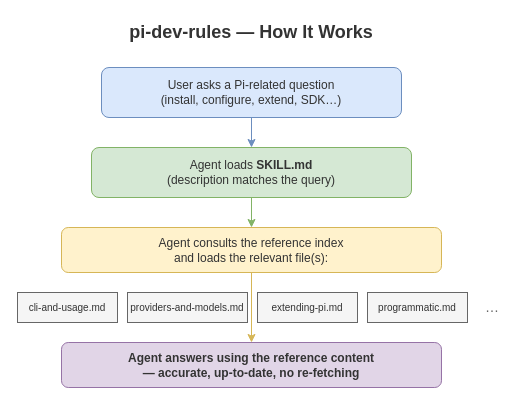
Above: plugins/pi-dev-rules/skills/pi-dev-rules/assets/workflow-en.drawio in Agents365-ai/365-skills (draw.io), before the change. Source tidied: cells renumbered, new cells numbered last; positions are measured from the earlier drawing's top-left corner, leaving out a move shared by most shapes. Both pictures are drawn from the tidied source at 100%, with x=0, y=0 at pixel (17, 17).
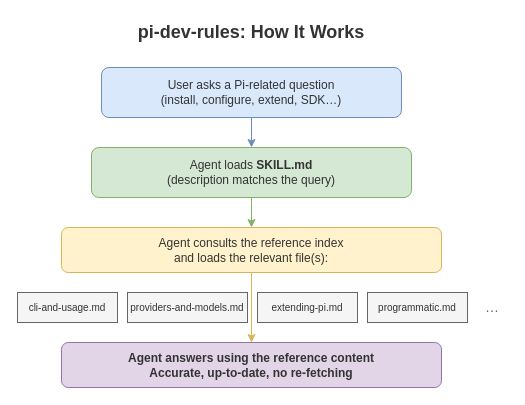
The same page after the edit.

What changed in the source:
```diff
@@
 <mxGraphModel>
   <root>
     <mxCell id="0" />
     <mxCell id="1" parent="0" />
-    <mxCell id="2" value="pi-dev-rules — How It Works" style="text;html=1;strokeColor=none;fillColor=none;align=center;verticalAlign=middle;whiteSpace=wrap;fontSize=18;fontStyle=1;fontColor=#333333;" parent="1" vertex="1">
+    <mxCell id="2" value="pi-dev-rules: How It Works" style="text;html=1;strokeColor=none;fillColor=none;align=center;verticalAlign=middle;whiteSpace=wrap;fontSize=18;fontStyle=1;fontColor=#333333;" parent="1" vertex="1">
       <mxGeometry x="34" width="400" height="30" as="geometry" />
     </mxCell>
     <mxCell id="3" value="User asks a Pi-related question&lt;br&gt;(install, configure, extend, SDK…)" style="rounded=1;whiteSpace=wrap;html=1;fillColor=#dae8fc;strokeColor=#6c8ebf;fontSize=12;fontColor=#333333;" parent="1" vertex="1">
       <mxGeometry x="84" y="50" width="300" height="50" as="geometry" />
     </mxCell>
     <mxCell id="4" style="edgeStyle=orthogonalEdgeStyle;rounded=0;jettySize=auto;html=1;strokeColor=#6c8ebf;" parent="1" edge="1" source="3" target="5">
       <mxGeometry relative="1" as="geometry" />
     </mxCell>
     <mxCell id="5" value="Agent loads &lt;b&gt;SKILL.md&lt;/b&gt;&lt;br&gt;(description matches the query)" style="rounded=1;whiteSpace=wrap;html=1;fillColor=#d5e8d4;strokeColor=#82b366;fontSize=12;fontColor=#333333;" parent="1" vertex="1">
       <mxGeometry x="74" y="130" width="320" height="50" as="geometry" />
     </mxCell>
     <mxCell id="6" style="edgeStyle=orthogonalEdgeStyle;rounded=0;jettySize=auto;html=1;strokeColor=#82b366;" parent="1" edge="1" source="5" target="7">
       <mxGeometry relative="1" as="geometry" />
     </mxCell>
     <mxCell id="7" value="Agent consults the reference index&lt;br&gt;and loads the relevant file(s):" style="rounded=1;whiteSpace=wrap;html=1;fillColor=#fff2cc;strokeColor=#d6b656;fontSize=12;fontColor=#333333;" parent="1" vertex="1">
       <mxGeometry x="44" y="210" width="380" height="45" as="geometry" />
     </mxCell>
     <mxCell id="8" value="cli-and-usage.md" style="rounded=0;whiteSpace=wrap;html=1;fillColor=#f5f5f5;strokeColor=#666666;fontSize=10;fontColor=#333333;" parent="1" vertex="1">
       <mxGeometry y="275" width="100" height="30" as="geometry" />
     </mxCell>
     <mxCell id="9" value="providers-and-models.md" style="rounded=0;whiteSpace=wrap;html=1;fillColor=#f5f5f5;strokeColor=#666666;fontSize=10;fontColor=#333333;" parent="1" vertex="1">
       <mxGeometry x="110" y="275" width="120" height="30" as="geometry" />
     </mxCell>
     <mxCell id="10" value="extending-pi.md" style="rounded=0;whiteSpace=wrap;html=1;fillColor=#f5f5f5;strokeColor=#666666;fontSize=10;fontColor=#333333;" parent="1" vertex="1">
       <mxGeometry x="240" y="275" width="100" height="30" as="geometry" />
     </mxCell>
     <mxCell id="11" value="programmatic.md" style="rounded=0;whiteSpace=wrap;html=1;fillColor=#f5f5f5;strokeColor=#666666;fontSize=10;fontColor=#333333;" parent="1" vertex="1">
       <mxGeometry x="350" y="275" width="100" height="30" as="geometry" />
     </mxCell>
     <mxCell id="12" value="…" style="text;html=1;strokeColor=none;fillColor=none;align=center;verticalAlign=middle;whiteSpace=wrap;fontSize=14;fontColor=#666666;" parent="1" vertex="1">
       <mxGeometry x="460" y="275" width="30" height="30" as="geometry" />
     </mxCell>
     <mxCell id="13" style="edgeStyle=orthogonalEdgeStyle;rounded=0;jettySize=auto;html=1;strokeColor=#d6b656;" parent="1" edge="1" source="7" target="14">
       <mxGeometry relative="1" as="geometry" />
     </mxCell>
-    <mxCell id="14" value="Agent answers using the reference content&lt;br&gt;— accurate, up-to-date, no re-fetching" style="rounded=1;whiteSpace=wrap;html=1;fillColor=#e1d5e7;strokeColor=#9673a6;fontSize=12;fontColor=#333333;fontStyle=1;" parent="1" vertex="1">
+    <mxCell id="14" value="Agent answers using the reference content&lt;br&gt;Accurate, up-to-date, no re-fetching" style="rounded=1;whiteSpace=wrap;html=1;fillColor=#e1d5e7;strokeColor=#9673a6;fontSize=12;fontColor=#333333;fontStyle=1;" parent="1" vertex="1">
       <mxGeometry x="44" y="325" width="380" height="45" as="geometry" />
     </mxCell>
   </root>
 </mxGraphModel>
```
